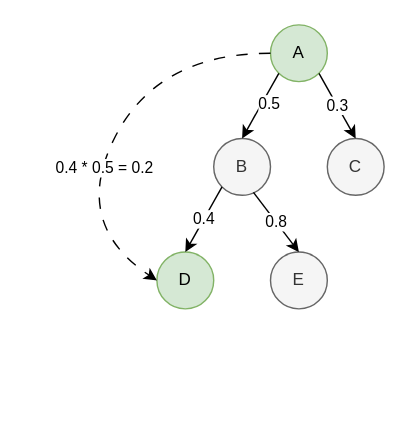
This is Graph/IntegratedWeight/Tree.drawio from jardons/diagrams, a draw.io file, before an edit. Source tidied: cells renumbered, new cells numbered last; positions are measured from the earlier drawing's top-left corner, leaving out a move shared by most shapes. Both pictures are drawn from the tidied source at 142%, with x=0, y=0 at pixel (71, 24).
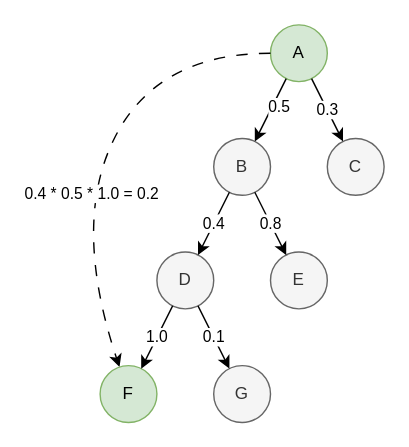
The same diagram, later.

Commit message:
Update Graph/IntegratedWeight/Tree.drawio

Change to the diagram source:
```diff
@@
 <mxGraphModel>
   <root>
     <mxCell id="0" />
     <mxCell id="1" parent="0" />
     <mxCell id="2" value="A" style="ellipse;whiteSpace=wrap;html=1;fillColor=#d5e8d4;strokeColor=#82b366;" parent="1" vertex="1">
       <mxGeometry x="140" width="40" height="40" as="geometry" />
     </mxCell>
     <mxCell id="3" value="C" style="ellipse;whiteSpace=wrap;html=1;fillColor=#f5f5f5;fontColor=#333333;strokeColor=#666666;" parent="1" vertex="1">
       <mxGeometry x="180" y="80" width="40" height="40" as="geometry" />
     </mxCell>
     <mxCell id="4" value="B" style="ellipse;whiteSpace=wrap;html=1;fillColor=#f5f5f5;fontColor=#333333;strokeColor=#666666;" parent="1" vertex="1">
       <mxGeometry x="100" y="80" width="40" height="40" as="geometry" />
     </mxCell>
     <mxCell id="5" value="E" style="ellipse;whiteSpace=wrap;html=1;fillColor=#f5f5f5;fontColor=#333333;strokeColor=#666666;" parent="1" vertex="1">
       <mxGeometry x="140" y="160" width="40" height="40" as="geometry" />
     </mxCell>
-    <mxCell id="6" value="D" style="ellipse;whiteSpace=wrap;html=1;fillColor=#d5e8d4;strokeColor=#82b366;" parent="1" vertex="1">
+    <mxCell id="6" value="D" style="ellipse;whiteSpace=wrap;html=1;fillColor=#f5f5f5;strokeColor=#666666;fontColor=#333333;" parent="1" vertex="1">
       <mxGeometry x="60" y="160" width="40" height="40" as="geometry" />
     </mxCell>
-    <mxCell id="7" style="endArrow=classic;html=1;rounded=0;exitX=0;exitY=1;exitDx=0;exitDy=0;entryX=0.5;entryY=0;entryDx=0;entryDy=0;" parent="1" edge="1" source="2" target="4">
+    <mxCell id="7" style="endArrow=classic;html=1;rounded=0;" parent="1" edge="1" source="2" target="4">
       <mxGeometry relative="1" as="geometry" />
     </mxCell>
     <mxCell id="8" value="0.5" style="edgeLabel;html=1;align=center;verticalAlign=middle;" parent="7" vertex="1">
       <mxGeometry x="-0.18" y="4" relative="1" as="geometry" />
     </mxCell>
-    <mxCell id="9" value="0.3" style="endArrow=classic;html=1;rounded=0;exitX=1;exitY=1;exitDx=0;exitDy=0;entryX=0.5;entryY=0;entryDx=0;entryDy=0;" parent="1" edge="1" source="2" target="3">
+    <mxCell id="9" value="0.3" style="endArrow=classic;html=1;rounded=0;" parent="1" edge="1" source="2" target="3">
       <mxGeometry relative="1" as="geometry" />
     </mxCell>
-    <mxCell id="10" value="0.4" style="endArrow=classic;html=1;rounded=0;exitX=0;exitY=1;exitDx=0;exitDy=0;entryX=0.5;entryY=0;entryDx=0;entryDy=0;" parent="1" edge="1" source="4" target="6">
+    <mxCell id="10" value="0.4" style="endArrow=classic;html=1;rounded=0;" parent="1" edge="1" source="4" target="6">
       <mxGeometry relative="1" as="geometry" />
     </mxCell>
-    <mxCell id="11" value="0.8" style="endArrow=classic;html=1;rounded=0;exitX=0.7;exitY=0.95;exitDx=0;exitDy=0;entryX=0.5;entryY=0;entryDx=0;entryDy=0;exitPerimeter=0;" parent="1" edge="1" source="4" target="5">
+    <mxCell id="11" value="0.8" style="endArrow=classic;html=1;rounded=0;" parent="1" edge="1" source="4" target="5">
       <mxGeometry relative="1" as="geometry" />
     </mxCell>
-    <mxCell id="12" style="curved=1;endArrow=classic;html=1;rounded=0;exitX=0;exitY=0.5;exitDx=0;exitDy=0;entryX=0;entryY=0.5;entryDx=0;entryDy=0;dashed=1;dashPattern=8 8;" parent="1" edge="1" source="2" target="6">
+    <mxCell id="12" style="curved=1;endArrow=classic;html=1;rounded=0;dashed=1;dashPattern=8 8;" parent="1" edge="1" source="2" target="14">
       <mxGeometry relative="1" as="geometry">
         <Array as="points">
           <mxPoint x="60" y="20" />
           <mxPoint y="140" />
         </Array>
       </mxGeometry>
     </mxCell>
-    <mxCell id="13" value="0.4 * 0.5 = 0.2" style="edgeLabel;html=1;align=center;verticalAlign=middle;" parent="12" vertex="1">
+    <mxCell id="13" value="0.4 * 0.5 * 1.0 = 0.2" style="edgeLabel;html=1;align=center;verticalAlign=middle;" parent="12" vertex="1">
       <mxGeometry x="0.18" y="3" relative="1" as="geometry" />
     </mxCell>
+    <mxCell id="14" value="F" style="ellipse;whiteSpace=wrap;html=1;fillColor=#d5e8d4;strokeColor=#82b366;" parent="1" vertex="1">
+      <mxGeometry x="20" y="240" width="40" height="40" as="geometry" />
+    </mxCell>
+    <mxCell id="15" value="G" style="ellipse;whiteSpace=wrap;html=1;fillColor=#f5f5f5;fontColor=#333333;strokeColor=#666666;" parent="1" vertex="1">
+      <mxGeometry x="100" y="240" width="40" height="40" as="geometry" />
+    </mxCell>
+    <mxCell id="16" value="1.0" style="endArrow=classic;html=1;rounded=0;" parent="1" edge="1" source="6" target="14">
+      <mxGeometry relative="1" as="geometry" />
+    </mxCell>
+    <mxCell id="17" value="0.1" style="endArrow=classic;html=1;rounded=0;" parent="1" edge="1" source="6" target="15">
+      <mxGeometry relative="1" as="geometry" />
+    </mxCell>
   </root>
 </mxGraphModel>
```
